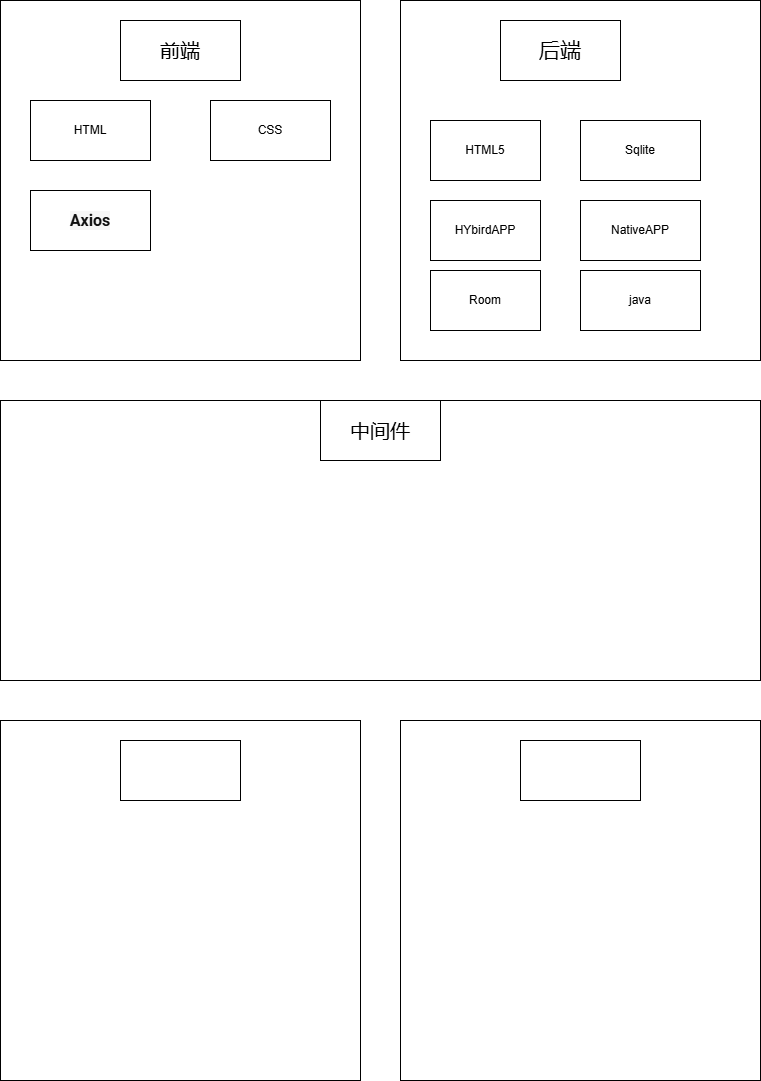
The draw.io diagram Plans/技术架构.png in 1228785484/RentHouseThing, before a commit. Source tidied: cells renumbered, new cells last; positions are measured from the earlier drawing's top-left corner, leaving out a move shared by most shapes.
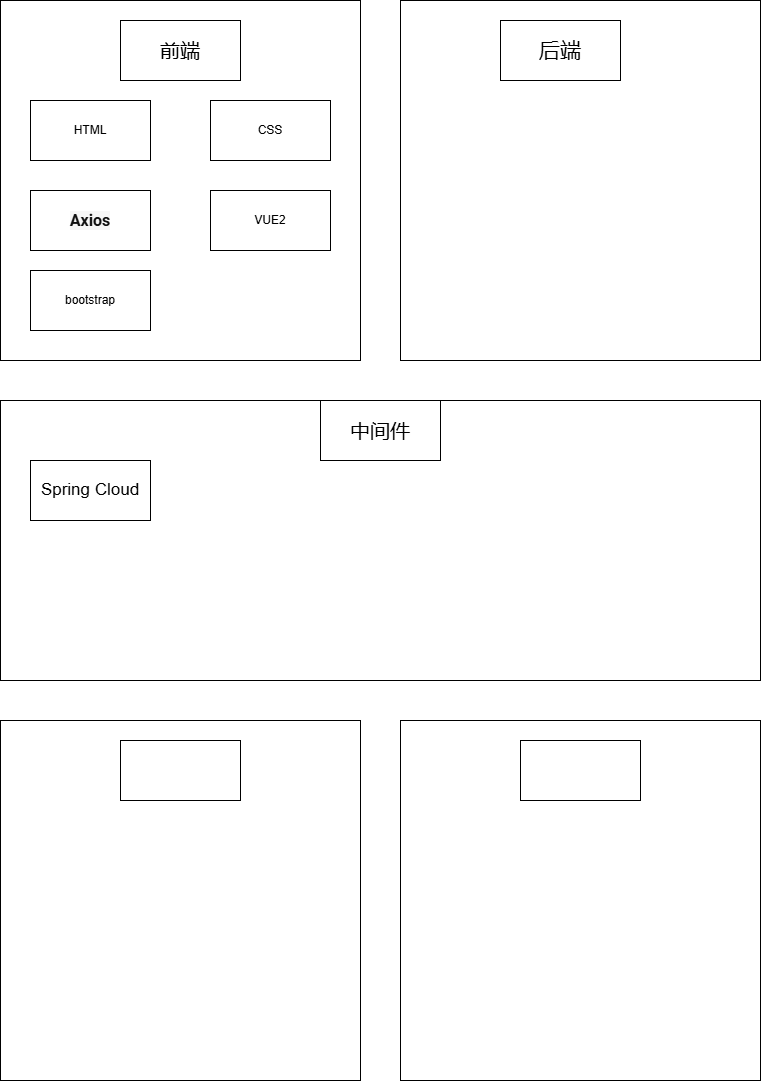
The same file after the commit.

Commit message:
更新技术架构.png

Change to the diagram source:
```diff
@@ -38,26 +38,17 @@
     <mxCell id="13" value="CSS" style="rounded=0;whiteSpace=wrap;html=1;" parent="1" vertex="1">
       <mxGeometry x="210" y="100" width="120" height="60" as="geometry" />
     </mxCell>
-    <mxCell id="14" value="HTML5" style="rounded=0;whiteSpace=wrap;html=1;" parent="1" vertex="1">
-      <mxGeometry x="430" y="120" width="110" height="60" as="geometry" />
-    </mxCell>
-    <mxCell id="15" value="Sqlite" style="rounded=0;whiteSpace=wrap;html=1;" parent="1" vertex="1">
-      <mxGeometry x="580" y="120" width="120" height="60" as="geometry" />
-    </mxCell>
-    <mxCell id="16" value="HYbirdAPP" style="rounded=0;whiteSpace=wrap;html=1;" parent="1" vertex="1">
-      <mxGeometry x="430" y="200" width="110" height="60" as="geometry" />
-    </mxCell>
-    <mxCell id="17" value="NativeAPP" style="rounded=0;whiteSpace=wrap;html=1;" parent="1" vertex="1">
-      <mxGeometry x="580" y="200" width="120" height="60" as="geometry" />
-    </mxCell>
-    <mxCell id="18" value="Room" style="rounded=0;whiteSpace=wrap;html=1;" parent="1" vertex="1">
-      <mxGeometry x="430" y="270" width="110" height="60" as="geometry" />
-    </mxCell>
-    <mxCell id="19" value="java" style="rounded=0;whiteSpace=wrap;html=1;" parent="1" vertex="1">
-      <mxGeometry x="580" y="270" width="120" height="60" as="geometry" />
-    </mxCell>
-    <mxCell id="20" value="&lt;strong style=&quot;color: rgb(17, 17, 17); font-family: -apple-system, Roboto, SegoeUI, &amp;quot;Segoe UI&amp;quot;, &amp;quot;Helvetica Neue&amp;quot;, Helvetica, &amp;quot;Microsoft YaHei&amp;quot;, &amp;quot;Meiryo UI&amp;quot;, Meiryo, &amp;quot;Arial Unicode MS&amp;quot;, sans-serif; font-size: 16px; text-align: left; background-color: rgb(247, 247, 247);&quot;&gt;Axios&lt;/strong&gt;" style="rounded=0;whiteSpace=wrap;html=1;" parent="1" vertex="1">
+    <mxCell id="20" value="&lt;div style=&quot;text-align: left;&quot;&gt;&lt;font face=&quot;-apple-system, Roboto, SegoeUI, Segoe UI, Helvetica Neue, Helvetica, Microsoft YaHei, Meiryo UI, Meiryo, Arial Unicode MS, sans-serif&quot; color=&quot;#111111&quot;&gt;&lt;span style=&quot;font-size: 16px; background-color: rgb(247, 247, 247);&quot;&gt;&lt;b&gt;Axios&lt;/b&gt;&lt;/span&gt;&lt;/font&gt;&lt;/div&gt;" style="rounded=0;whiteSpace=wrap;html=1;" parent="1" vertex="1">
       <mxGeometry x="30" y="190" width="120" height="60" as="geometry" />
     </mxCell>
+    <mxCell id="21" value="&lt;font style=&quot;font-size: 17px;&quot;&gt;Spring Cloud&lt;/font&gt;" style="rounded=0;whiteSpace=wrap;html=1;" parent="1" vertex="1">
+      <mxGeometry x="30" y="460" width="120" height="60" as="geometry" />
+    </mxCell>
+    <mxCell id="22" value="VUE2" style="rounded=0;whiteSpace=wrap;html=1;" parent="1" vertex="1">
+      <mxGeometry x="210" y="190" width="120" height="60" as="geometry" />
+    </mxCell>
+    <mxCell id="23" value="bootstrap" style="rounded=0;whiteSpace=wrap;html=1;" parent="1" vertex="1">
+      <mxGeometry x="30" y="270" width="120" height="60" as="geometry" />
+    </mxCell>
   </root>
 </mxGraphModel>
```
